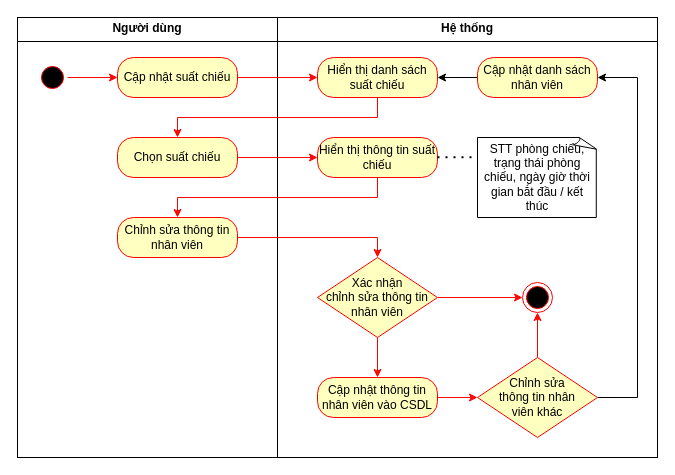
HaojackYT/DAA_SA keeps this draw.io diagram as Sơ đồ hoạt động UC cập nhật suất chiếu.drawio. Above is the earlier version. Source tidied: cells renumbered, new cells numbered last; positions are measured from the earlier drawing's top-left corner, leaving out a move shared by most shapes. Both pictures are drawn from the tidied source at 100%, with x=0, y=0 at pixel (17, 17).
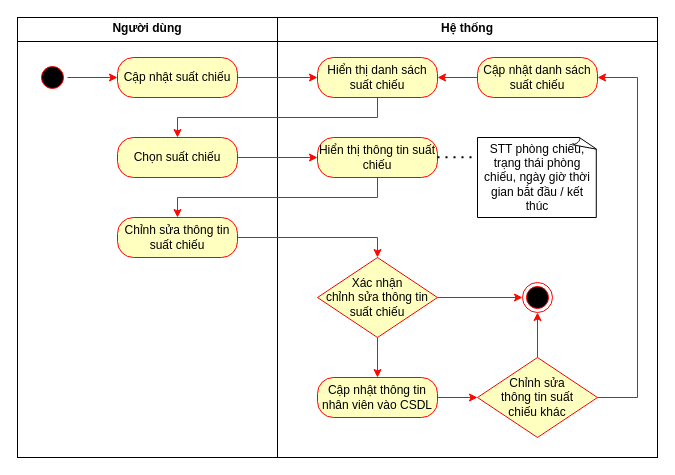
After the change.

The change refers to these unchanged cells:
```xml
<mxCell id="9" value="Hiển thị danh sách suất chiếu" style="rounded=1;whiteSpace=wrap;html=1;arcSize=40;fontColor=#000000;fillColor=#ffffc0;strokeColor=#ff0000;" parent="1" vertex="1">
  <mxGeometry x="300" y="40" width="120" height="40" as="geometry" />
</mxCell>
```

Diff of the diagram source:
```diff
@@
-    <mxCell id="14" value="Chỉnh sửa thông tin nhân viên" style="rounded=1;whiteSpace=wrap;html=1;arcSize=40;fontColor=#000000;fillColor=#ffffc0;strokeColor=#ff0000;" parent="1" vertex="1">
+    <mxCell id="14" value="Chỉnh sửa thông tin suất chiếu" style="rounded=1;whiteSpace=wrap;html=1;arcSize=40;fontColor=#000000;fillColor=#ffffc0;strokeColor=#ff0000;" parent="1" vertex="1">
       <mxGeometry x="100" y="200" width="120" height="40" as="geometry" />
     </mxCell>
@@
-    <mxCell id="19" value="Xác nhận&lt;br&gt;chỉnh sửa thông tin nhân viên" style="rhombus;whiteSpace=wrap;html=1;fontColor=#000000;fillColor=#ffffc0;strokeColor=#FF0000;" parent="1" vertex="1">
+    <mxCell id="19" value="Xác nhận&lt;br&gt;chỉnh sửa thông tin&lt;br&gt;suất chiếu" style="rhombus;whiteSpace=wrap;html=1;fontColor=#000000;fillColor=#ffffc0;strokeColor=#FF0000;" parent="1" vertex="1">
       <mxGeometry x="300" y="240" width="120" height="80" as="geometry" />
     </mxCell>
@@
-    <mxCell id="23" style="edgeStyle=orthogonalEdgeStyle;rounded=0;jettySize=auto;html=1;entryX=1;entryY=0.5;entryDx=0;entryDy=0;" parent="1" edge="1" source="24" target="26">
+    <mxCell id="23" style="edgeStyle=orthogonalEdgeStyle;rounded=0;jettySize=auto;html=1;entryX=1;entryY=0.5;entryDx=0;entryDy=0;strokeColor=light-dark(#FF0500,#FFFFFF);" parent="1" edge="1" source="24" target="26">
       <mxGeometry relative="1" as="geometry">
         <Array as="points">
           <mxPoint x="620" y="380" />
           <mxPoint x="620" y="60" />
         </Array>
       </mxGeometry>
     </mxCell>
-    <mxCell id="24" value="Chỉnh sửa&lt;br&gt;thông tin nhân&lt;br&gt;viên khác" style="rhombus;whiteSpace=wrap;html=1;fontColor=#000000;fillColor=#ffffc0;strokeColor=#FF0000;" parent="1" vertex="1">
+    <mxCell id="24" value="Chỉnh sửa&lt;br&gt;thông tin suất chiếu&amp;nbsp;khác" style="rhombus;whiteSpace=wrap;html=1;fontColor=#000000;fillColor=#ffffc0;strokeColor=#FF0000;" parent="1" vertex="1">
       <mxGeometry x="460" y="340" width="120" height="80" as="geometry" />
     </mxCell>
-    <mxCell id="25" style="edgeStyle=orthogonalEdgeStyle;rounded=0;jettySize=auto;html=1;" parent="1" edge="1" source="26" target="9">
+    <mxCell id="25" style="edgeStyle=orthogonalEdgeStyle;rounded=0;jettySize=auto;html=1;strokeColor=light-dark(#FF0500,#FFFFFF);" parent="1" edge="1" source="26" target="9">
       <mxGeometry relative="1" as="geometry" />
     </mxCell>
-    <mxCell id="26" value="Cập nhật danh sách&lt;br&gt;nhân viên" style="rounded=1;whiteSpace=wrap;html=1;arcSize=40;fontColor=#000000;fillColor=#ffffc0;strokeColor=#ff0000;" parent="1" vertex="1">
+    <mxCell id="26" value="Cập nhật danh sách&lt;br&gt;suất chiếu" style="rounded=1;whiteSpace=wrap;html=1;arcSize=40;fontColor=#000000;fillColor=#ffffc0;strokeColor=#ff0000;" parent="1" vertex="1">
       <mxGeometry x="460" y="40" width="120" height="40" as="geometry" />
     </mxCell>
```
